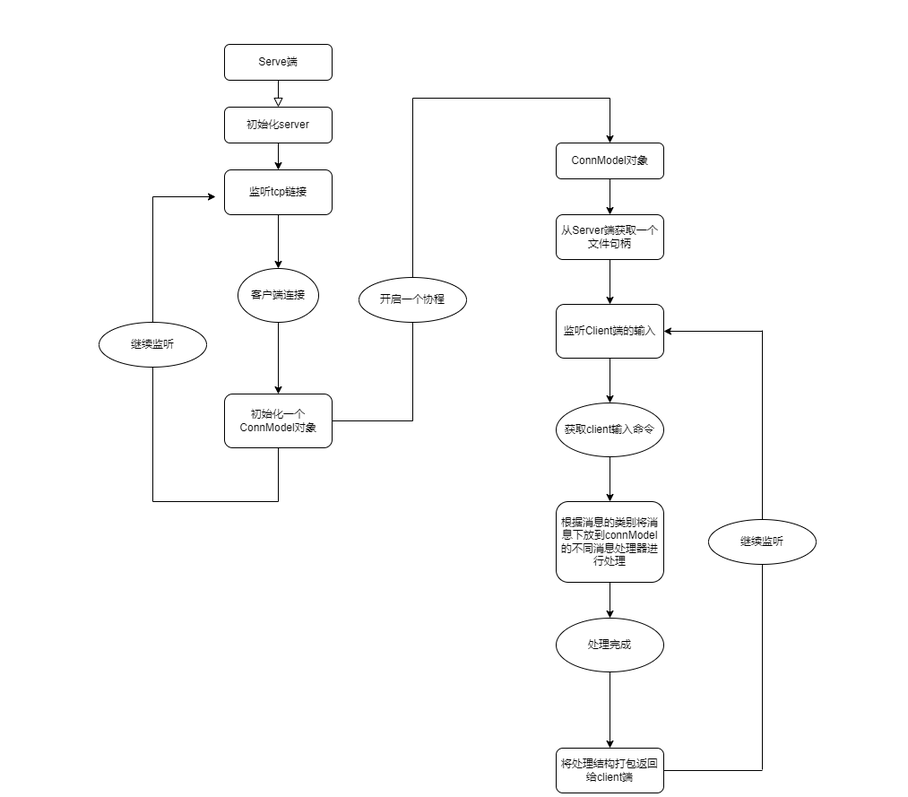
The draw.io diagram SanDB_Pic.png in Sanliack/SanDB, before a commit. Source tidied: cells renumbered, new cells last; positions are measured from the earlier drawing's top-left corner, leaving out a move shared by most shapes. Its diagram source:
```xml
<mxGraphModel>
  <root>
    <mxCell id="0" />
    <mxCell id="1" parent="0" />
    <mxCell id="2" style="rounded=0;html=1;jettySize=auto;fontSize=11;endArrow=block;endFill=0;endSize=8;strokeWidth=1;shadow=0;labelBackgroundColor=none;edgeStyle=orthogonalEdgeStyle;entryX=0.5;entryY=0;entryDx=0;entryDy=0;" parent="1" edge="1" source="3" target="16">
      <mxGeometry relative="1" as="geometry" />
    </mxCell>
    <mxCell id="3" value="Serve端" style="rounded=1;whiteSpace=wrap;html=1;fontSize=12;glass=0;strokeWidth=1;shadow=0;" parent="1" vertex="1">
      <mxGeometry x="140" width="120" height="40" as="geometry" />
    </mxCell>
    <mxCell id="4" style="edgeStyle=orthogonalEdgeStyle;rounded=0;jettySize=auto;html=1;" parent="1" edge="1" source="5" target="7">
      <mxGeometry relative="1" as="geometry" />
    </mxCell>
    <mxCell id="5" value="监听tcp链接" style="rounded=1;whiteSpace=wrap;html=1;" parent="1" vertex="1">
      <mxGeometry x="140" y="140" width="120" height="50" as="geometry" />
    </mxCell>
    <mxCell id="6" style="edgeStyle=orthogonalEdgeStyle;rounded=0;jettySize=auto;html=1;" parent="1" edge="1" source="7" target="9">
      <mxGeometry relative="1" as="geometry" />
    </mxCell>
    <mxCell id="7" value="客户端连接" style="ellipse;whiteSpace=wrap;html=1;rounded=1;" parent="1" vertex="1">
      <mxGeometry x="155" y="250" width="90" height="60" as="geometry" />
    </mxCell>
    <mxCell id="8" style="edgeStyle=orthogonalEdgeStyle;rounded=0;jettySize=auto;html=1;" parent="1" edge="1" source="9">
      <mxGeometry relative="1" as="geometry">
        <mxPoint x="570" y="110" as="targetPoint" />
        <Array as="points">
          <mxPoint x="350" y="420" />
          <mxPoint x="350" y="60" />
        </Array>
      </mxGeometry>
    </mxCell>
    <mxCell id="9" value="初始化一个ConnModel对象" style="whiteSpace=wrap;html=1;rounded=1;" parent="1" vertex="1">
      <mxGeometry x="140" y="390" width="120" height="60" as="geometry" />
    </mxCell>
    <mxCell id="10" style="endArrow=none;html=1;rounded=0;exitX=0.5;exitY=1;exitDx=0;exitDy=0;" parent="1" edge="1" source="9">
      <mxGeometry relative="1" as="geometry">
        <mxPoint x="200" y="510" as="targetPoint" />
      </mxGeometry>
    </mxCell>
    <mxCell id="11" style="endArrow=none;html=1;rounded=0;" parent="1" edge="1">
      <mxGeometry relative="1" as="geometry">
        <mxPoint x="200" y="510" as="sourcePoint" />
        <mxPoint x="60" y="510" as="targetPoint" />
      </mxGeometry>
    </mxCell>
    <mxCell id="12" style="endArrow=none;html=1;rounded=0;" parent="1" edge="1">
      <mxGeometry relative="1" as="geometry">
        <mxPoint x="60" y="510" as="sourcePoint" />
        <mxPoint x="60" y="170" as="targetPoint" />
      </mxGeometry>
    </mxCell>
    <mxCell id="13" style="endArrow=classic;html=1;rounded=0;" parent="1" edge="1">
      <mxGeometry relative="1" as="geometry">
        <mxPoint x="60" y="170" as="sourcePoint" />
        <mxPoint x="130" y="170" as="targetPoint" />
      </mxGeometry>
    </mxCell>
    <mxCell id="14" value="继续监听" style="ellipse;whiteSpace=wrap;html=1;" parent="1" vertex="1">
      <mxGeometry y="310" width="120" height="50" as="geometry" />
    </mxCell>
    <mxCell id="15" style="edgeStyle=orthogonalEdgeStyle;rounded=0;jettySize=auto;html=1;" parent="1" edge="1" source="16" target="5">
      <mxGeometry relative="1" as="geometry" />
    </mxCell>
    <mxCell id="16" value="初始化server" style="rounded=1;whiteSpace=wrap;html=1;" parent="1" vertex="1">
      <mxGeometry x="140" y="70" width="120" height="40" as="geometry" />
    </mxCell>
    <mxCell id="17" value="开启一个协程" style="ellipse;whiteSpace=wrap;html=1;" parent="1" vertex="1">
      <mxGeometry x="290" y="260" width="120" height="50" as="geometry" />
    </mxCell>
    <mxCell id="18" style="edgeStyle=orthogonalEdgeStyle;rounded=0;jettySize=auto;html=1;" parent="1" edge="1" source="19" target="21">
      <mxGeometry relative="1" as="geometry" />
    </mxCell>
    <mxCell id="19" value="ConnModel对象" style="rounded=1;whiteSpace=wrap;html=1;" parent="1" vertex="1">
      <mxGeometry x="510" y="110" width="120" height="40" as="geometry" />
    </mxCell>
    <mxCell id="20" style="edgeStyle=orthogonalEdgeStyle;rounded=0;jettySize=auto;html=1;" parent="1" edge="1" source="21" target="23">
      <mxGeometry relative="1" as="geometry" />
    </mxCell>
    <mxCell id="21" value="从Server端获取一个文件句柄" style="whiteSpace=wrap;html=1;rounded=1;" parent="1" vertex="1">
      <mxGeometry x="510" y="190" width="120" height="50" as="geometry" />
    </mxCell>
    <mxCell id="22" style="edgeStyle=orthogonalEdgeStyle;rounded=0;jettySize=auto;html=1;" parent="1" edge="1" source="23" target="25">
      <mxGeometry relative="1" as="geometry" />
    </mxCell>
    <mxCell id="23" value="监听Client端的输入" style="whiteSpace=wrap;html=1;rounded=1;" parent="1" vertex="1">
      <mxGeometry x="510" y="290" width="120" height="60" as="geometry" />
    </mxCell>
    <mxCell id="24" style="edgeStyle=orthogonalEdgeStyle;rounded=0;jettySize=auto;html=1;" parent="1" edge="1" source="25" target="27">
      <mxGeometry relative="1" as="geometry" />
    </mxCell>
    <mxCell id="25" value="获取client输入命令" style="ellipse;whiteSpace=wrap;html=1;rounded=1;" parent="1" vertex="1">
      <mxGeometry x="510" y="400" width="120" height="60" as="geometry" />
    </mxCell>
    <mxCell id="26" style="edgeStyle=orthogonalEdgeStyle;rounded=0;jettySize=auto;html=1;" parent="1" edge="1" source="27" target="29">
      <mxGeometry relative="1" as="geometry" />
    </mxCell>
    <mxCell id="27" value="根据消息的类别将消息下放到connModel的不同消息处理器进行处理" style="whiteSpace=wrap;html=1;rounded=1;" parent="1" vertex="1">
      <mxGeometry x="510" y="510" width="120" height="90" as="geometry" />
    </mxCell>
    <mxCell id="28" style="edgeStyle=orthogonalEdgeStyle;rounded=0;jettySize=auto;html=1;" parent="1" edge="1" source="29" target="30">
      <mxGeometry relative="1" as="geometry" />
    </mxCell>
    <mxCell id="29" value="处理完成" style="ellipse;whiteSpace=wrap;html=1;rounded=1;" parent="1" vertex="1">
      <mxGeometry x="510" y="640" width="120" height="60" as="geometry" />
    </mxCell>
    <mxCell id="30" value="将处理结构打包返回给client端" style="whiteSpace=wrap;html=1;rounded=1;" parent="1" vertex="1">
      <mxGeometry x="510" y="785" width="120" height="50" as="geometry" />
    </mxCell>
    <mxCell id="31" style="endArrow=none;html=1;rounded=0;entryX=1;entryY=0.5;entryDx=0;entryDy=0;" parent="1" edge="1" target="30">
      <mxGeometry relative="1" as="geometry">
        <mxPoint x="740" y="810" as="sourcePoint" />
      </mxGeometry>
    </mxCell>
    <mxCell id="32" style="endArrow=none;html=1;rounded=0;startArrow=none;" parent="1" edge="1" source="34">
      <mxGeometry relative="1" as="geometry">
        <mxPoint x="740" y="809" as="targetPoint" />
      </mxGeometry>
    </mxCell>
    <mxCell id="33" style="endArrow=classic;html=1;rounded=0;entryX=1;entryY=0.5;entryDx=0;entryDy=0;" parent="1" edge="1" target="23">
      <mxGeometry relative="1" as="geometry">
        <mxPoint x="740" y="320" as="sourcePoint" />
      </mxGeometry>
    </mxCell>
    <mxCell id="34" value="继续监听" style="ellipse;whiteSpace=wrap;html=1;" parent="1" vertex="1">
      <mxGeometry x="680" y="530" width="120" height="50" as="geometry" />
    </mxCell>
    <mxCell id="35" style="endArrow=none;html=1;rounded=0;" parent="1" edge="1" target="34">
      <mxGeometry relative="1" as="geometry">
        <mxPoint x="740" y="319" as="sourcePoint" />
      </mxGeometry>
    </mxCell>
  </root>
</mxGraphModel>
```
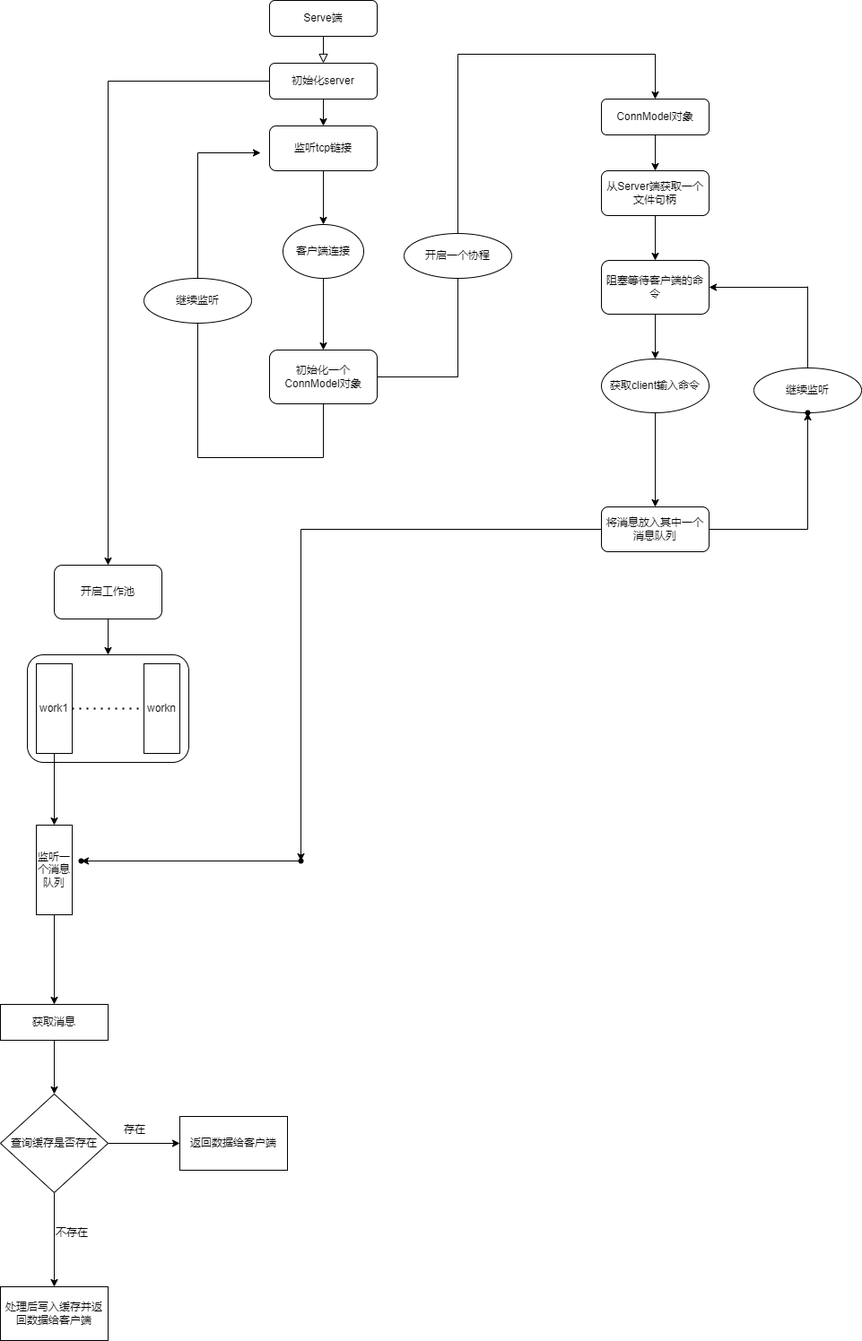
The same file after the commit.

Commit message:
SanDBv1.5 pic

The edit, as a diff of the source:
```diff
@@ -61,6 +61,9 @@
     <mxCell id="15" style="edgeStyle=orthogonalEdgeStyle;rounded=0;jettySize=auto;html=1;" parent="1" edge="1" source="16" target="5">
       <mxGeometry relative="1" as="geometry" />
     </mxCell>
+    <mxCell id="36" style="edgeStyle=orthogonalEdgeStyle;rounded=0;jettySize=auto;html=1;" parent="1" edge="1" source="16" target="40">
+      <mxGeometry relative="1" as="geometry" />
+    </mxCell>
     <mxCell id="16" value="初始化server" style="rounded=1;whiteSpace=wrap;html=1;" parent="1" vertex="1">
       <mxGeometry x="140" y="70" width="120" height="40" as="geometry" />
     </mxCell>
@@ -82,52 +85,102 @@
     <mxCell id="22" style="edgeStyle=orthogonalEdgeStyle;rounded=0;jettySize=auto;html=1;" parent="1" edge="1" source="23" target="25">
       <mxGeometry relative="1" as="geometry" />
     </mxCell>
-    <mxCell id="23" value="监听Client端的输入" style="whiteSpace=wrap;html=1;rounded=1;" parent="1" vertex="1">
+    <mxCell id="23" value="阻塞等待客户端的命令" style="whiteSpace=wrap;html=1;rounded=1;" parent="1" vertex="1">
       <mxGeometry x="510" y="290" width="120" height="60" as="geometry" />
     </mxCell>
-    <mxCell id="24" style="edgeStyle=orthogonalEdgeStyle;rounded=0;jettySize=auto;html=1;" parent="1" edge="1" source="25" target="27">
-      <mxGeometry relative="1" as="geometry" />
-    </mxCell>
     <mxCell id="25" value="获取client输入命令" style="ellipse;whiteSpace=wrap;html=1;rounded=1;" parent="1" vertex="1">
       <mxGeometry x="510" y="400" width="120" height="60" as="geometry" />
     </mxCell>
-    <mxCell id="26" style="edgeStyle=orthogonalEdgeStyle;rounded=0;jettySize=auto;html=1;" parent="1" edge="1" source="27" target="29">
-      <mxGeometry relative="1" as="geometry" />
-    </mxCell>
-    <mxCell id="27" value="根据消息的类别将消息下放到connModel的不同消息处理器进行处理" style="whiteSpace=wrap;html=1;rounded=1;" parent="1" vertex="1">
-      <mxGeometry x="510" y="510" width="120" height="90" as="geometry" />
-    </mxCell>
-    <mxCell id="28" style="edgeStyle=orthogonalEdgeStyle;rounded=0;jettySize=auto;html=1;" parent="1" edge="1" source="29" target="30">
+    <mxCell id="28" style="edgeStyle=orthogonalEdgeStyle;rounded=0;jettySize=auto;html=1;exitX=0.5;exitY=1;exitDx=0;exitDy=0;" parent="1" edge="1" source="25" target="30">
       <mxGeometry relative="1" as="geometry" />
     </mxCell>
-    <mxCell id="29" value="处理完成" style="ellipse;whiteSpace=wrap;html=1;rounded=1;" parent="1" vertex="1">
-      <mxGeometry x="510" y="640" width="120" height="60" as="geometry" />
-    </mxCell>
+    <mxCell id="37" style="edgeStyle=orthogonalEdgeStyle;rounded=0;jettySize=auto;html=1;" parent="1" edge="1" source="30" target="49">
+      <mxGeometry relative="1" as="geometry" />
+    </mxCell>
+    <mxCell id="38" style="edgeStyle=orthogonalEdgeStyle;rounded=0;jettySize=auto;html=1;" parent="1" edge="1" source="30" target="51">
+      <mxGeometry relative="1" as="geometry" />
+    </mxCell>
-    <mxCell id="30" value="将处理结构打包返回给client端" style="whiteSpace=wrap;html=1;rounded=1;" parent="1" vertex="1">
-      <mxGeometry x="510" y="785" width="120" height="50" as="geometry" />
+    <mxCell id="30" value="将消息放入其中一个消息队列" style="whiteSpace=wrap;html=1;rounded=1;" parent="1" vertex="1">
+      <mxGeometry x="510" y="565" width="120" height="50" as="geometry" />
     </mxCell>
-    <mxCell id="31" style="endArrow=none;html=1;rounded=0;entryX=1;entryY=0.5;entryDx=0;entryDy=0;" parent="1" edge="1" target="30">
-      <mxGeometry relative="1" as="geometry">
-        <mxPoint x="740" y="810" as="sourcePoint" />
-      </mxGeometry>
-    </mxCell>
-    <mxCell id="32" style="endArrow=none;html=1;rounded=0;startArrow=none;" parent="1" edge="1" source="34">
-      <mxGeometry relative="1" as="geometry">
-        <mxPoint x="740" y="809" as="targetPoint" />
-      </mxGeometry>
-    </mxCell>
     <mxCell id="33" style="endArrow=classic;html=1;rounded=0;entryX=1;entryY=0.5;entryDx=0;entryDy=0;" parent="1" edge="1" target="23">
       <mxGeometry relative="1" as="geometry">
         <mxPoint x="740" y="320" as="sourcePoint" />
       </mxGeometry>
     </mxCell>
     <mxCell id="34" value="继续监听" style="ellipse;whiteSpace=wrap;html=1;" parent="1" vertex="1">
-      <mxGeometry x="680" y="530" width="120" height="50" as="geometry" />
+      <mxGeometry x="680" y="410" width="120" height="50" as="geometry" />
     </mxCell>
     <mxCell id="35" style="endArrow=none;html=1;rounded=0;" parent="1" edge="1" target="34">
       <mxGeometry relative="1" as="geometry">
         <mxPoint x="740" y="319" as="sourcePoint" />
       </mxGeometry>
     </mxCell>
+    <mxCell id="39" style="edgeStyle=orthogonalEdgeStyle;rounded=0;jettySize=auto;html=1;" parent="1" edge="1" source="40" target="41">
+      <mxGeometry relative="1" as="geometry" />
+    </mxCell>
+    <mxCell id="40" value="开启工作池" style="whiteSpace=wrap;html=1;rounded=1;" parent="1" vertex="1">
+      <mxGeometry x="-100" y="630" width="120" height="60" as="geometry" />
+    </mxCell>
+    <mxCell id="41" style="whiteSpace=wrap;html=1;rounded=1;" parent="1" vertex="1">
+      <mxGeometry x="-130" y="730" width="180" height="120" as="geometry" />
+    </mxCell>
+    <mxCell id="42" style="edgeStyle=orthogonalEdgeStyle;rounded=0;jettySize=auto;html=1;" parent="1" edge="1" source="43" target="47">
+      <mxGeometry relative="1" as="geometry" />
+    </mxCell>
+    <mxCell id="43" value="work1" style="rounded=0;whiteSpace=wrap;html=1;" parent="1" vertex="1">
+      <mxGeometry x="-120" y="740" width="40" height="100" as="geometry" />
+    </mxCell>
+    <mxCell id="44" style="endArrow=none;dashed=1;html=1;dashPattern=1 3;strokeWidth=2;rounded=0;exitX=1;exitY=0.5;exitDx=0;exitDy=0;entryX=0;entryY=0.5;entryDx=0;entryDy=0;" parent="1" edge="1" source="43" target="45">
+      <mxGeometry relative="1" as="geometry" />
+    </mxCell>
+    <mxCell id="45" value="workn" style="rounded=0;whiteSpace=wrap;html=1;" parent="1" vertex="1">
+      <mxGeometry y="740" width="40" height="100" as="geometry" />
+    </mxCell>
+    <mxCell id="46" style="edgeStyle=orthogonalEdgeStyle;rounded=0;jettySize=auto;html=1;" parent="1" edge="1" source="47" target="53">
+      <mxGeometry relative="1" as="geometry" />
+    </mxCell>
+    <mxCell id="47" value="监听一个消息队列" style="rounded=0;whiteSpace=wrap;html=1;" parent="1" vertex="1">
+      <mxGeometry x="-120" y="920" width="40" height="100" as="geometry" />
+    </mxCell>
+    <mxCell id="48" style="edgeStyle=orthogonalEdgeStyle;rounded=0;jettySize=auto;html=1;" parent="1" edge="1" source="49" target="50">
+      <mxGeometry relative="1" as="geometry" />
+    </mxCell>
+    <mxCell id="49" style="shape=waypoint;sketch=0;size=6;points=[];fillColor=default;perimeter=centerPerimeter;snapToPoint=1;rounded=1;" parent="1" vertex="1">
+      <mxGeometry x="155" y="940" width="40" height="40" as="geometry" />
+    </mxCell>
+    <mxCell id="50" style="shape=waypoint;sketch=0;size=6;points=[];fillColor=default;perimeter=centerPerimeter;snapToPoint=1;rounded=1;" parent="1" vertex="1">
+      <mxGeometry x="-90" y="940" width="40" height="40" as="geometry" />
+    </mxCell>
+    <mxCell id="51" style="shape=waypoint;sketch=0;size=6;points=[];fillColor=default;perimeter=centerPerimeter;snapToPoint=1;rounded=1;" parent="1" vertex="1">
+      <mxGeometry x="720" y="440" width="40" height="40" as="geometry" />
+    </mxCell>
+    <mxCell id="52" style="edgeStyle=orthogonalEdgeStyle;rounded=0;jettySize=auto;html=1;" parent="1" edge="1" source="53" target="56">
+      <mxGeometry relative="1" as="geometry" />
+    </mxCell>
+    <mxCell id="53" value="获取消息" style="whiteSpace=wrap;html=1;rounded=0;" parent="1" vertex="1">
+      <mxGeometry x="-160" y="1120" width="120" height="40" as="geometry" />
+    </mxCell>
+    <mxCell id="54" style="edgeStyle=orthogonalEdgeStyle;rounded=0;jettySize=auto;html=1;" parent="1" edge="1" source="56" target="57">
+      <mxGeometry relative="1" as="geometry" />
+    </mxCell>
+    <mxCell id="55" style="edgeStyle=orthogonalEdgeStyle;rounded=0;jettySize=auto;html=1;" parent="1" edge="1" source="56" target="59">
+      <mxGeometry relative="1" as="geometry" />
+    </mxCell>
+    <mxCell id="56" value="查询缓存是否存在" style="rhombus;whiteSpace=wrap;html=1;rounded=0;" parent="1" vertex="1">
+      <mxGeometry x="-160" y="1220" width="120" height="110" as="geometry" />
+    </mxCell>
+    <mxCell id="57" value="返回数据给客户端" style="whiteSpace=wrap;html=1;rounded=0;" parent="1" vertex="1">
+      <mxGeometry x="40" y="1245" width="120" height="60" as="geometry" />
+    </mxCell>
+    <mxCell id="58" value="存在" style="text;html=1;strokeColor=none;fillColor=none;align=center;verticalAlign=middle;whiteSpace=wrap;rounded=0;" parent="1" vertex="1">
+      <mxGeometry x="-40" y="1245" width="60" height="30" as="geometry" />
+    </mxCell>
+    <mxCell id="59" value="处理后写入缓存并返回数据给客户端" style="whiteSpace=wrap;html=1;rounded=0;" parent="1" vertex="1">
+      <mxGeometry x="-160" y="1435" width="120" height="60" as="geometry" />
+    </mxCell>
+    <mxCell id="60" value="不存在" style="text;html=1;strokeColor=none;fillColor=none;align=center;verticalAlign=middle;whiteSpace=wrap;rounded=0;" parent="1" vertex="1">
+      <mxGeometry x="-110" y="1360" width="60" height="30" as="geometry" />
+    </mxCell>
   </root>
 </mxGraphModel>
```
